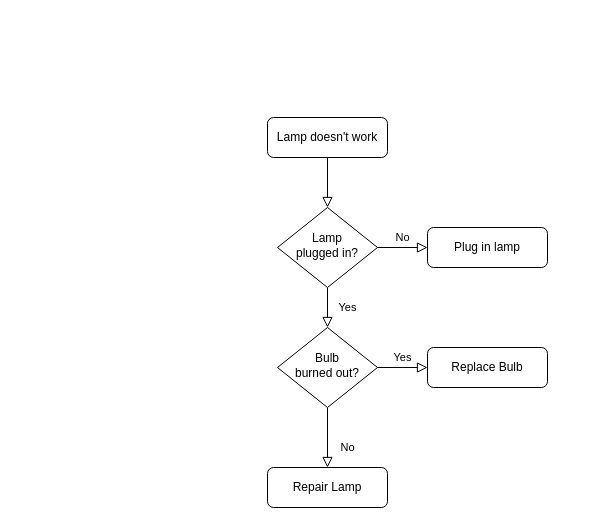
The draw.io diagram CoffeeMachine.drawio in toddabraham/100_days_of_python, before the edit. Source tidied: cells renumbered, new cells numbered last; positions are measured from the earlier drawing's top-left corner, leaving out a move shared by most shapes. Both pictures are drawn from the tidied source at 100%, with x=0, y=0 at pixel (267, 117).
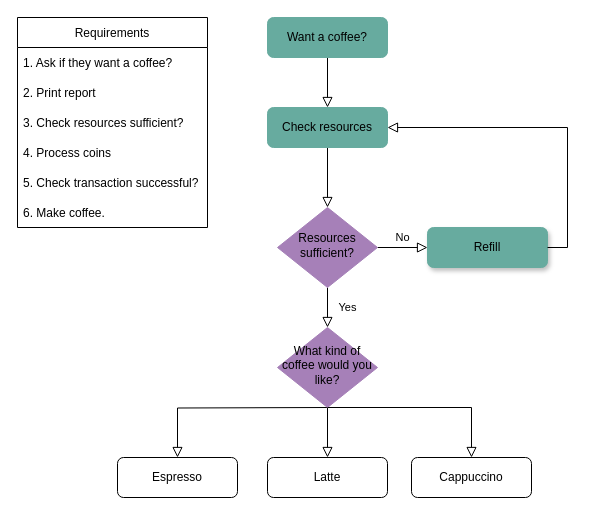
The same diagram, later.

Change to the diagram source:
```diff
@@
-    <mxCell id="2" style="rounded=0;html=1;jettySize=auto;fontSize=11;endArrow=block;endFill=0;endSize=8;strokeWidth=1;shadow=0;labelBackgroundColor=none;edgeStyle=orthogonalEdgeStyle;" parent="1" edge="1" source="3" target="6">
+    <mxCell id="2" style="rounded=0;html=1;jettySize=auto;fontSize=11;endArrow=block;endFill=0;endSize=8;strokeWidth=1;shadow=0;labelBackgroundColor=none;edgeStyle=orthogonalEdgeStyle;entryX=0.5;entryY=0;entryDx=0;entryDy=0;" parent="1" edge="1" source="3" target="21">
       <mxGeometry relative="1" as="geometry" />
     </mxCell>
-    <mxCell id="3" value="Lamp doesn't work" style="rounded=1;whiteSpace=wrap;html=1;fontSize=12;glass=0;strokeWidth=1;shadow=0;" parent="1" vertex="1">
-      <mxGeometry width="120" height="40" as="geometry" />
+    <mxCell id="3" value="Want a coffee?" style="rounded=1;whiteSpace=wrap;html=1;fontSize=12;glass=0;strokeWidth=1;shadow=0;fillColor=#67AB9F;strokeColor=#67AB9F;" parent="1" vertex="1">
+      <mxGeometry y="-100" width="120" height="40" as="geometry" />
     </mxCell>
@@
-    <mxCell id="6" value="Lamp&lt;br&gt;plugged in?" style="rhombus;whiteSpace=wrap;html=1;shadow=0;fontFamily=Helvetica;fontSize=12;align=center;strokeWidth=1;spacing=6;spacingTop=-4;" parent="1" vertex="1">
+    <mxCell id="6" value="Resources sufficient?" style="rhombus;whiteSpace=wrap;html=1;shadow=0;fontFamily=Helvetica;fontSize=12;align=center;strokeWidth=1;spacing=6;spacingTop=-4;fillColor=#A680B8;strokeColor=#A680B8;" parent="1" vertex="1">
       <mxGeometry x="10" y="90" width="100" height="80" as="geometry" />
     </mxCell>
-    <mxCell id="7" value="Plug in lamp" style="rounded=1;whiteSpace=wrap;html=1;fontSize=12;glass=0;strokeWidth=1;shadow=0;" parent="1" vertex="1">
+    <mxCell id="7" value="Refill" style="rounded=1;whiteSpace=wrap;html=1;fontSize=12;glass=0;strokeWidth=1;shadow=1;fillColor=#67AB9F;strokeColor=#67AB9F;" parent="1" vertex="1">
       <mxGeometry x="160" y="110" width="120" height="40" as="geometry" />
     </mxCell>
-    <mxCell id="8" value="No" style="rounded=0;html=1;jettySize=auto;fontSize=11;endArrow=block;endFill=0;endSize=8;strokeWidth=1;shadow=0;labelBackgroundColor=none;edgeStyle=orthogonalEdgeStyle;" parent="1" edge="1" source="10" target="11">
+    <mxCell id="8" style="rounded=0;html=1;jettySize=auto;fontSize=11;endArrow=block;endFill=0;endSize=8;strokeWidth=1;shadow=0;labelBackgroundColor=none;edgeStyle=orthogonalEdgeStyle;entryX=0.5;entryY=0;entryDx=0;entryDy=0;" parent="1" edge="1" source="10" target="23">
       <mxGeometry x="0.33" y="20" relative="1" as="geometry" />
     </mxCell>
-    <mxCell id="9" value="Yes" style="edgeStyle=orthogonalEdgeStyle;rounded=0;html=1;jettySize=auto;fontSize=11;endArrow=block;endFill=0;endSize=8;strokeWidth=1;shadow=0;labelBackgroundColor=none;" parent="1" edge="1" source="10" target="12">
-      <mxGeometry y="10" relative="1" as="geometry" />
+    <mxCell id="9" style="edgeStyle=orthogonalEdgeStyle;rounded=0;html=1;jettySize=auto;fontSize=11;endArrow=block;endFill=0;endSize=8;strokeWidth=1;shadow=0;labelBackgroundColor=none;" parent="1" edge="1" target="12">
+      <mxGeometry y="10" relative="1" as="geometry">
+        <mxPoint x="60" y="290" as="sourcePoint" />
+      </mxGeometry>
     </mxCell>
-    <mxCell id="10" value="Bulb&lt;br&gt;burned out?" style="rhombus;whiteSpace=wrap;html=1;shadow=0;fontFamily=Helvetica;fontSize=12;align=center;strokeWidth=1;spacing=6;spacingTop=-4;" parent="1" vertex="1">
+    <mxCell id="10" value="What kind of coffee would you like?" style="rhombus;whiteSpace=wrap;html=1;shadow=0;fontFamily=Helvetica;fontSize=12;align=center;strokeWidth=1;spacing=6;spacingTop=-4;fillColor=#A680B8;strokeColor=#A680B8;" parent="1" vertex="1">
       <mxGeometry x="10" y="210" width="100" height="80" as="geometry" />
     </mxCell>
-    <mxCell id="11" value="Repair Lamp" style="rounded=1;whiteSpace=wrap;html=1;fontSize=12;glass=0;strokeWidth=1;shadow=0;" parent="1" vertex="1">
-      <mxGeometry y="350" width="120" height="40" as="geometry" />
-    </mxCell>
-    <mxCell id="12" value="Replace Bulb" style="rounded=1;whiteSpace=wrap;html=1;fontSize=12;glass=0;strokeWidth=1;shadow=0;" parent="1" vertex="1">
-      <mxGeometry x="160" y="230" width="120" height="40" as="geometry" />
+    <mxCell id="12" value="Espresso" style="rounded=1;whiteSpace=wrap;html=1;fontSize=12;glass=0;strokeWidth=1;shadow=0;" parent="1" vertex="1">
+      <mxGeometry x="-150" y="340" width="120" height="40" as="geometry" />
     </mxCell>
+    <mxCell id="13" value="Requirements" style="swimlane;fontStyle=0;horizontal=1;startSize=30;" parent="1" vertex="1">
+      <mxGeometry x="-250" y="-100" width="190" height="210" as="geometry" />
+    </mxCell>
+    <mxCell id="14" value="1. Ask if they want a coffee?" style="text;strokeColor=none;fillColor=none;align=left;verticalAlign=middle;spacingLeft=4;spacingRight=4;overflow=hidden;" parent="13" vertex="1">
+      <mxGeometry y="30" width="190" height="30" as="geometry" />
+    </mxCell>
+    <mxCell id="15" value="2. Print report" style="text;strokeColor=none;fillColor=none;align=left;verticalAlign=middle;spacingLeft=4;spacingRight=4;overflow=hidden;" parent="13" vertex="1">
+      <mxGeometry y="60" width="190" height="30" as="geometry" />
+    </mxCell>
+    <mxCell id="16" value="3. Check resources sufficient?" style="text;strokeColor=none;fillColor=none;align=left;verticalAlign=middle;spacingLeft=4;spacingRight=4;overflow=hidden;" parent="13" vertex="1">
+      <mxGeometry y="90" width="190" height="30" as="geometry" />
+    </mxCell>
+    <mxCell id="17" value="4. Process coins" style="text;strokeColor=none;fillColor=none;align=left;verticalAlign=middle;spacingLeft=4;spacingRight=4;overflow=hidden;" parent="13" vertex="1">
+      <mxGeometry y="120" width="190" height="30" as="geometry" />
+    </mxCell>
+    <mxCell id="18" value="5. Check transaction successful?" style="text;strokeColor=none;fillColor=none;align=left;verticalAlign=middle;spacingLeft=4;spacingRight=4;overflow=hidden;" parent="13" vertex="1">
+      <mxGeometry y="150" width="190" height="30" as="geometry" />
+    </mxCell>
+    <mxCell id="19" value="6. Make coffee." style="text;strokeColor=none;fillColor=none;align=left;verticalAlign=middle;spacingLeft=4;spacingRight=4;overflow=hidden;" parent="13" vertex="1">
+      <mxGeometry y="180" width="190" height="30" as="geometry" />
+    </mxCell>
+    <mxCell id="20" style="rounded=0;html=1;jettySize=auto;fontSize=11;endArrow=block;endFill=0;endSize=8;strokeWidth=1;shadow=0;labelBackgroundColor=none;edgeStyle=orthogonalEdgeStyle;entryX=0.5;entryY=0;entryDx=0;entryDy=0;" parent="1" edge="1" source="21" target="6">
+      <mxGeometry relative="1" as="geometry" />
+    </mxCell>
+    <mxCell id="21" value="Check resources" style="rounded=1;whiteSpace=wrap;html=1;fontSize=12;glass=0;strokeWidth=1;shadow=0;fillColor=#67AB9F;strokeColor=#67AB9F;" parent="1" vertex="1">
+      <mxGeometry y="-10" width="120" height="40" as="geometry" />
+    </mxCell>
+    <mxCell id="22" style="rounded=0;html=1;jettySize=auto;fontSize=11;endArrow=block;endFill=0;endSize=8;strokeWidth=1;shadow=0;labelBackgroundColor=none;edgeStyle=orthogonalEdgeStyle;entryX=1;entryY=0.5;entryDx=0;entryDy=0;exitX=1;exitY=0.5;exitDx=0;exitDy=0;" parent="1" edge="1" source="7" target="21">
+      <mxGeometry relative="1" as="geometry" />
+    </mxCell>
+    <mxCell id="23" value="Latte" style="rounded=1;whiteSpace=wrap;html=1;fontSize=12;glass=0;strokeWidth=1;shadow=0;" parent="1" vertex="1">
+      <mxGeometry y="340" width="120" height="40" as="geometry" />
+    </mxCell>
+    <mxCell id="24" value="Cappuccino" style="rounded=1;whiteSpace=wrap;html=1;fontSize=12;glass=0;strokeWidth=1;shadow=0;" parent="1" vertex="1">
+      <mxGeometry x="144" y="340" width="120" height="40" as="geometry" />
+    </mxCell>
+    <mxCell id="25" style="edgeStyle=orthogonalEdgeStyle;rounded=0;html=1;jettySize=auto;fontSize=11;endArrow=block;endFill=0;endSize=8;strokeWidth=1;shadow=0;labelBackgroundColor=none;exitX=0.5;exitY=1;exitDx=0;exitDy=0;entryX=0.5;entryY=0;entryDx=0;entryDy=0;" parent="1" edge="1" source="10" target="24">
+      <mxGeometry y="10" relative="1" as="geometry">
+        <Array as="points">
+          <mxPoint x="204" y="290" />
+        </Array>
+      </mxGeometry>
+    </mxCell>
```
